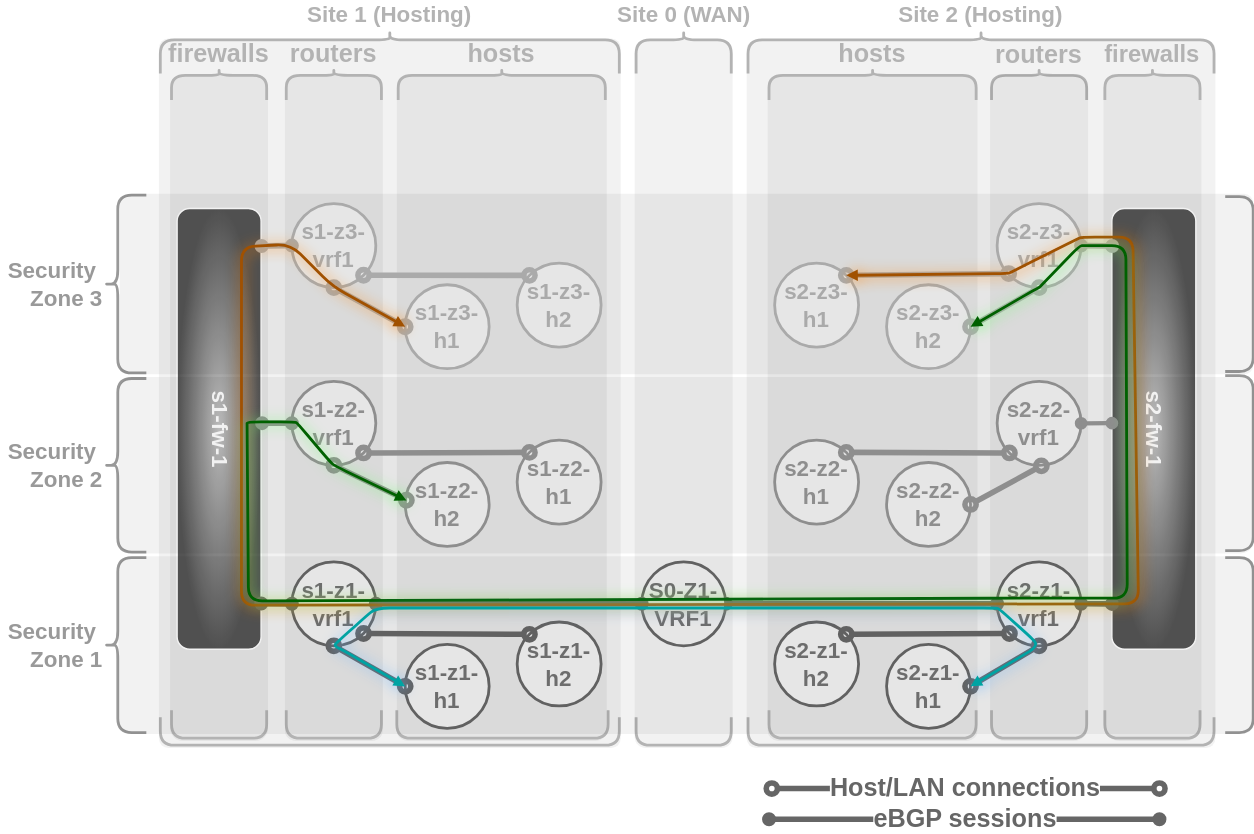
Above: pages/1/3(ecmp-symmetric)/casestudy-1-1b.drawio.svg in menckend/alpha (draw.io), before the change. Source tidied: cells renumbered, new cells last; positions are measured from the earlier drawing's top-left corner, leaving out a move shared by most shapes.
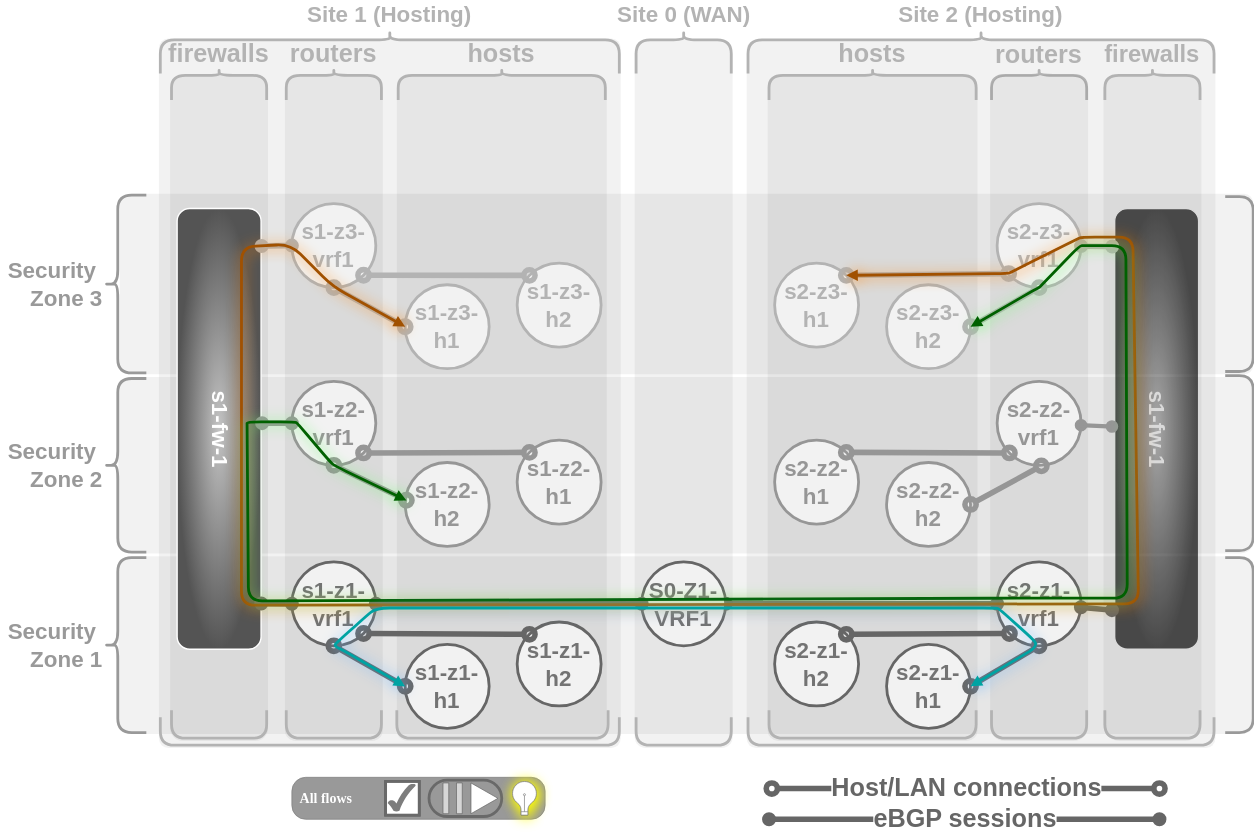
After the change.

Diff of the diagram source:
```diff
@@ -1,7 +1,55 @@
 <mxGraphModel>
   <root>
     <mxCell id="0" />
+    <mxCell id="84" value="Interactive Controls" parent="0" />
+    <mxCell id="85" value="All flows" style="fillColor=#999999;strokeColor=#7D7D7D;rounded=1;arcSize=33;sketch=0;hachureGap=4;fontFamily=Lucida Console;fontSize=10;fontColor=#FFFFFF;spacingBottom=0;align=left;spacingLeft=6;strokeWidth=0.5;shadow=0;flowAnimation=0;fontStyle=1;shadowBlur=5;shadowColor=#FFFF00;shadowOpacity=100;shadowOffsetY=1;shadowOffsetX=1;spacing=0;" parent="84" vertex="1">
+      <mxGeometry x="134" y="533" width="181" height="30" as="geometry" />
+    </mxCell>
+    <mxCell id="86" style="whiteSpace=wrap;html=1;fontSize=20;fontFamily=Architects Daughter;fillColor=#ffffff;strokeColor=#5E5E5E;sketch=0;hachureGap=4;fontSource=https%3A%2F%2Ffonts.googleapis.com%2Fcss%3Ffamily%3DArchitects%2BDaughter;flowAnimation=0;strokeWidth=2;" parent="85" vertex="1">
+      <mxGeometry x="1" y="0.5" width="24" height="24" relative="1" as="geometry">
+        <mxPoint x="-114" y="-12" as="offset" />
+      </mxGeometry>
+    </mxCell>
+    <mxCell id="87" style="group;flowAnimation=0;strokeColor=none;" parent="85" vertex="1">
+      <mxGeometry x="67" y="3" width="24" height="24" as="geometry" />
+    </mxCell>
+    <mxCell id="88" style="whiteSpace=wrap;html=1;fontSize=20;fontFamily=Architects Daughter;fillColor=#ffffff;strokeColor=#696969;sketch=0;hachureGap=4;fontSource=https%3A%2F%2Ffonts.googleapis.com%2Fcss%3Ffamily%3DArchitects%2BDaughter;strokeWidth=2;" parent="87" vertex="1">
+      <mxGeometry width="24" height="24" as="geometry" />
+    </mxCell>
+    <mxCell id="89" style="verticalLabelPosition=bottom;verticalAlign=top;html=1;shape=mxgraph.basic.tick;fillColor=#7D7D7D;strokeColor=none;" parent="87" vertex="1">
+      <mxGeometry x="1.5" y="1.5" width="20" height="20" as="geometry" />
+    </mxCell>
+    <mxCell id="90" style="html=1;verticalLabelPosition=bottom;align=center;labelBackgroundColor=#ffffff;verticalAlign=top;strokeWidth=0.5;strokeColor=#666666;shadow=1;dashed=0;shape=mxgraph.ios7.icons.lightbulb;fillColor=#FFFFFF;shadowBlur=5;shadowColor=#FFFF00;shadowOpacity=100;shadowOffsetY=1;shadowOffsetX=1;flowAnimation=0;" parent="85" vertex="1">
+      <mxGeometry x="157" y="3" width="18.4" height="24" as="geometry" />
+    </mxCell>
+    <mxCell id="91" style="rounded=1;whiteSpace=wrap;html=1;strokeWidth=2;arcSize=50;strokeColor=#696969;fillColor=none;" parent="85" vertex="1">
+      <mxGeometry x="98" y="2" width="52" height="26" as="geometry" />
+    </mxCell>
+    <mxCell id="92" style="html=1;verticalLabelPosition=bottom;align=center;labelBackgroundColor=#ffffff;verticalAlign=top;strokeWidth=0.5;strokeColor=#666666;shadow=0;dashed=0;shape=mxgraph.ios7.icons.play;fillColor=#FFFFFF;flowAnimation=0;fontColor=#FFFFFF;lineColor=#D6D6D6;" parent="85" vertex="1">
+      <mxGeometry x="128" y="4" width="19.3" height="22" as="geometry" />
+    </mxCell>
+    <mxCell id="93" style="html=1;verticalLabelPosition=bottom;align=center;labelBackgroundColor=#ffffff;verticalAlign=top;strokeWidth=0.5;strokeColor=#666666;shadow=0;dashed=0;shape=mxgraph.ios7.icons.pause;fillColor=#D6D6D6;flowAnimation=0;" parent="85" vertex="1">
+      <mxGeometry x="108" y="4" width="13.8" height="22" as="geometry" />
+    </mxCell>
+    <mxCell id="94" style="html=1;verticalLabelPosition=bottom;align=center;labelBackgroundColor=#ffffff;verticalAlign=top;strokeWidth=0.5;strokeColor=#808080;shadow=1;dashed=0;shape=mxgraph.ios7.icons.lightbulb;fillColor=#FFFFFF;shadowBlur=5;shadowColor=#FFFF00;shadowOpacity=100;shadowOffsetY=1;shadowOffsetX=1;flowAnimation=0;" parent="85" vertex="1">
+      <mxGeometry x="157" y="3" width="18.4" height="24" as="geometry" />
+    </mxCell>
     <mxCell id="1" value="Diagram" parent="0" />
+    <mxCell id="95" value="s1-fw-1" style="rounded=1;whiteSpace=wrap;html=1;textDirection=vertical-lr;gradientColor=#545454;fillColor=#C4C4C4;strokeColor=#FFFFFF;fontColor=#FFFFFF;fontSize=16;fontStyle=1;gradientDirection=radial;" parent="1" vertex="1">
+      <mxGeometry x="52" y="126.5" width="60" height="315" as="geometry" />
+    </mxCell>
+    <mxCell id="96" value="s1-fw-1" style="rounded=1;whiteSpace=wrap;html=1;textDirection=vertical-lr;gradientColor=#545454;fillColor=#C4C4C4;strokeColor=#FFFFFF;fontColor=#FFFFFF;fontSize=16;fontStyle=1;gradientDirection=radial;" parent="1" vertex="1">
+      <mxGeometry x="722" y="126.5" width="60" height="315" as="geometry" />
+    </mxCell>
+    <mxCell id="78" style="rounded=1;whiteSpace=wrap;html=1;strokeColor=none;fillColor=#000000;arcSize=5;opacity=5;" parent="1" vertex="1">
+      <mxGeometry x="11" y="116" width="810" height="129" as="geometry" />
+    </mxCell>
+    <mxCell id="79" style="rounded=1;whiteSpace=wrap;html=1;strokeColor=none;fillColor=#000000;arcSize=8;opacity=5;" parent="1" vertex="1">
+      <mxGeometry x="10" y="247" width="812" height="126" as="geometry" />
+    </mxCell>
+    <mxCell id="80" style="rounded=1;whiteSpace=wrap;html=1;strokeColor=none;fillColor=#000000;arcSize=7;opacity=5;" parent="1" vertex="1">
+      <mxGeometry x="10" y="375" width="812" height="127" as="geometry" />
+    </mxCell>
     <mxCell id="2" style="rounded=1;whiteSpace=wrap;html=1;strokeColor=none;fillColor=#000000;arcSize=2;opacity=5;verticalAlign=middle;" parent="1" vertex="1">
       <mxGeometry x="459" y="6" width="335" height="506" as="geometry" />
     </mxCell>
@@ -95,17 +143,20 @@
     <mxCell id="32" style="endArrow=oval;startArrow=oval;html=1;strokeWidth=4;strokeColor=#666666;startFill=1;endFill=1;fontSize=18;fontStyle=1;entryX=0;entryY=0.5;entryDx=0;entryDy=0;exitX=1;exitY=0.5;exitDx=0;exitDy=0;" parent="1" edge="1" source="47" target="11">
       <mxGeometry relative="1" as="geometry" />
     </mxCell>
-    <mxCell id="33" value="s2-fw-1" style="rounded=1;whiteSpace=wrap;html=1;textDirection=vertical-lr;gradientColor=#545454;fillColor=#C4C4C4;strokeColor=#FFFFFF;fontColor=#FFFFFF;fontSize=16;fontStyle=1;gradientDirection=radial;" parent="1" vertex="1">
-      <mxGeometry x="720" y="126.5" width="60" height="315" as="geometry" />
-    </mxCell>
-    <mxCell id="34" style="endArrow=oval;startArrow=oval;html=1;strokeWidth=3;strokeColor=#969696;startFill=1;endFill=1;fontSize=18;fontStyle=1;entryX=0.001;entryY=0.487;entryDx=0;entryDy=0;entryPerimeter=0;" parent="1" edge="1" source="10" target="33">
-      <mxGeometry relative="1" as="geometry" />
+    <mxCell id="34" style="endArrow=oval;startArrow=oval;html=1;strokeWidth=3;strokeColor=#969696;startFill=1;endFill=1;fontSize=18;fontStyle=1;entryX=0.001;entryY=0.487;entryDx=0;entryDy=0;entryPerimeter=0;" parent="1" edge="1" source="10">
+      <mxGeometry relative="1" as="geometry">
+        <mxPoint x="720.1" y="282.3" as="targetPoint" />
+      </mxGeometry>
     </mxCell>
-    <mxCell id="35" style="endArrow=oval;startArrow=oval;html=1;strokeWidth=4;strokeColor=#666666;startFill=1;endFill=1;fontSize=18;fontStyle=1;entryX=0.001;entryY=0.897;entryDx=0;entryDy=0;entryPerimeter=0;" parent="1" edge="1" source="11" target="33">
-      <mxGeometry relative="1" as="geometry" />
+    <mxCell id="35" style="endArrow=oval;startArrow=oval;html=1;strokeWidth=4;strokeColor=#666666;startFill=1;endFill=1;fontSize=18;fontStyle=1;entryX=0.001;entryY=0.897;entryDx=0;entryDy=0;entryPerimeter=0;" parent="1" edge="1" source="11">
+      <mxGeometry relative="1" as="geometry">
+        <mxPoint x="720.1" y="413.5" as="targetPoint" />
+      </mxGeometry>
     </mxCell>
-    <mxCell id="36" style="endArrow=oval;startArrow=oval;html=1;strokeWidth=4;strokeColor=#B3B3B3;startFill=1;endFill=1;fontSize=18;fontStyle=1;entryX=0.004;entryY=0.085;entryDx=0;entryDy=0;entryPerimeter=0;" parent="1" edge="1" source="22" target="33">
-      <mxGeometry relative="1" as="geometry" />
+    <mxCell id="36" style="endArrow=oval;startArrow=oval;html=1;strokeWidth=4;strokeColor=#B3B3B3;startFill=1;endFill=1;fontSize=18;fontStyle=1;entryX=0.004;entryY=0.085;entryDx=0;entryDy=0;entryPerimeter=0;" parent="1" edge="1" source="22">
+      <mxGeometry relative="1" as="geometry">
+        <mxPoint x="720.2" y="153.7" as="targetPoint" />
+      </mxGeometry>
     </mxCell>
     <mxCell id="37" value="eBGP sessions" style="endArrow=oval;startArrow=oval;html=1;strokeWidth=4;strokeColor=#666666;startFill=1;endFill=1;fontSize=18;fontStyle=1;exitX=1;exitY=0.5;exitDx=0;exitDy=0;fontColor=#666666;" parent="1" edge="1">
       <mxGeometry relative="1" as="geometry">
@@ -236,15 +287,6 @@
     <mxCell id="77" value="Site 0 (WAN)" style="shape=curlyBracket;html=1;rounded=1;labelPosition=center;verticalLabelPosition=top;align=center;verticalAlign=bottom;rotation=0;strokeWidth=2;strokeColor=#B3B3B3;size=0.2;direction=south;fontSize=16;fontColor=#B3B3B3;fontStyle=1;" parent="1" vertex="1">
       <mxGeometry x="380" width="68" height="30" as="geometry" />
     </mxCell>
-    <mxCell id="78" style="rounded=1;whiteSpace=wrap;html=1;strokeColor=none;fillColor=#000000;arcSize=5;opacity=5;" parent="1" vertex="1">
-      <mxGeometry x="11" y="116" width="810" height="129" as="geometry" />
-    </mxCell>
-    <mxCell id="79" style="rounded=1;whiteSpace=wrap;html=1;strokeColor=none;fillColor=#000000;arcSize=8;opacity=5;" parent="1" vertex="1">
-      <mxGeometry x="10" y="247" width="812" height="126" as="geometry" />
-    </mxCell>
-    <mxCell id="80" style="rounded=1;whiteSpace=wrap;html=1;strokeColor=none;fillColor=#000000;arcSize=7;opacity=5;" parent="1" vertex="1">
-      <mxGeometry x="10" y="375" width="812" height="127" as="geometry" />
-    </mxCell>
     <mxCell id="81" style="endArrow=block;startArrow=block;html=1;strokeWidth=2;strokeColor=#A15100;startFill=1;endFill=1;fontSize=18;fontStyle=1;fontColor=#666666;flowAnimation=0;backgroundOutline=0;flowAnimationDuration=750;flowAnimationDirection=normal;fixDash=0;flowAnimationTimingFunction=linear;endSize=3;startSize=3;rounded=1;curved=0;shadow=1;exitX=0;exitY=0.5;exitDx=0;exitDy=0;orthogonal=0;comic=0;shadowColor=#FF8000;shadowOpacity=100;shadowOffsetX=1;shadowOffsetY=1;shadowBlur=5;fillOpacity=100;entryX=1;entryY=0;entryDx=0;entryDy=0;" parent="1" edge="1" source="61" target="21">
       <mxGeometry relative="1" as="geometry">
         <Array as="points">
```
